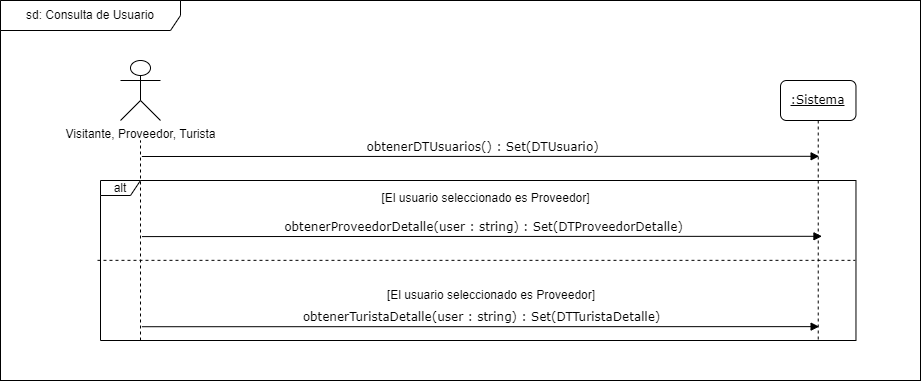
FacundoDiaz00/Taller-de-Programaci-n keeps this draw.io diagram as docs/Iteración 2/Análisis/DSS Servidor web/Consulta de Usuario.png. Above is the earlier version. Source tidied: cells renumbered, new cells last; positions are measured from the earlier drawing's top-left corner, leaving out a move shared by most shapes.
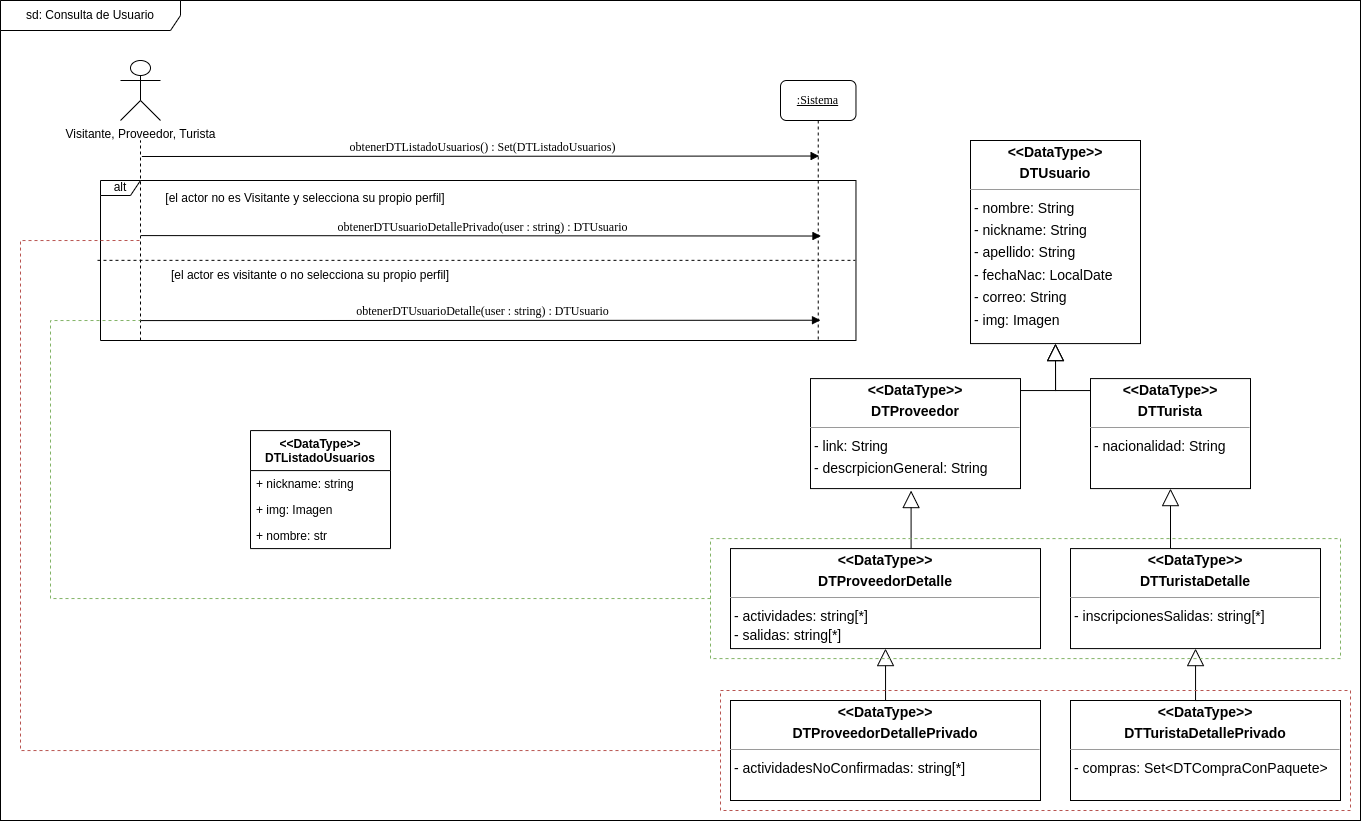
Later version of the same file.

Diff of the diagram source:
```diff
@@ -3,10 +3,10 @@
     <mxCell id="0" />
     <mxCell id="1" parent="0" />
     <mxCell id="2" style="rounded=0;whiteSpace=wrap;html=1;fontSize=12;" parent="1" vertex="1">
-      <mxGeometry width="920" height="380" as="geometry" />
+      <mxGeometry width="1360" height="820" as="geometry" />
     </mxCell>
     <mxCell id="3" value="sd:&amp;nbsp;Consulta de Usuario" style="shape=umlFrame;whiteSpace=wrap;html=1;width=180;height=30;" parent="1" vertex="1">
-      <mxGeometry width="920" height="380" as="geometry" />
+      <mxGeometry width="1360" height="820" as="geometry" />
     </mxCell>
     <mxCell id="4" value="alt" style="shape=umlFrame;whiteSpace=wrap;html=1;width=40;height=15;" parent="1" vertex="1">
       <mxGeometry x="100" y="180" width="755.5" height="160" as="geometry" />
@@ -23,32 +23,134 @@
     <mxCell id="7" value="&lt;u&gt;:Sistema&lt;/u&gt;" style="shape=umlLifeline;perimeter=lifelinePerimeter;whiteSpace=wrap;html=1;rounded=1;shadow=0;comic=0;labelBackgroundColor=none;strokeWidth=1;fontFamily=Verdana;fontSize=12;align=center;" parent="1" vertex="1">
       <mxGeometry x="780" y="80" width="75.5" height="260" as="geometry" />
     </mxCell>
-    <mxCell id="8" value="obtenerDTUsuarios() : Set(&lt;span style=&quot;font-family: verdana;&quot;&gt;DTUsuario&lt;/span&gt;)" style="html=1;verticalAlign=bottom;endArrow=block;labelBackgroundColor=none;fontFamily=Verdana;fontSize=12;edgeStyle=elbowEdgeStyle;elbow=vertical;" parent="1" edge="1">
+    <mxCell id="8" value="obtenerDTListadoUsuarios() : Set(&lt;span style=&quot;font-family: verdana;&quot;&gt;DTListadoUsuarios&lt;/span&gt;)" style="html=1;verticalAlign=bottom;endArrow=block;labelBackgroundColor=none;fontFamily=Verdana;fontSize=12;edgeStyle=elbowEdgeStyle;elbow=vertical;" parent="1" edge="1">
       <mxGeometry relative="1" as="geometry">
         <mxPoint x="141.4" y="156" as="sourcePoint" />
         <mxPoint x="818.6" y="156" as="targetPoint" />
       </mxGeometry>
     </mxCell>
-    <mxCell id="9" value="obtenerProveedorDetalle(user : string) : Set(&lt;span style=&quot;font-family: verdana;&quot;&gt;DTProveedorDetalle&lt;/span&gt;)" style="html=1;verticalAlign=bottom;endArrow=block;labelBackgroundColor=none;fontFamily=Verdana;fontSize=12;edgeStyle=elbowEdgeStyle;elbow=vertical;" parent="1" edge="1">
+    <mxCell id="9" value="obtenerDTUsuarioDetallePrivado(user : string) : DTUsuario" style="html=1;verticalAlign=bottom;endArrow=block;labelBackgroundColor=none;fontFamily=Verdana;fontSize=12;edgeStyle=elbowEdgeStyle;elbow=vertical;" parent="1" edge="1">
       <mxGeometry relative="1" as="geometry">
-        <mxPoint x="141.5" y="236.1" as="sourcePoint" />
-        <mxPoint x="821.5" y="236.1" as="targetPoint" />
+        <mxPoint x="140.5" y="235.1" as="sourcePoint" />
+        <mxPoint x="820.5" y="235.1" as="targetPoint" />
       </mxGeometry>
     </mxCell>
-    <mxCell id="10" value="obtenerTuristaDetalle(user : string) : Set(&lt;span style=&quot;font-family: verdana;&quot;&gt;DTTuristaDetalle&lt;/span&gt;)" style="html=1;verticalAlign=bottom;endArrow=block;labelBackgroundColor=none;fontFamily=Verdana;fontSize=12;edgeStyle=elbowEdgeStyle;elbow=vertical;" parent="1" edge="1">
-      <mxGeometry relative="1" as="geometry">
-        <mxPoint x="141.4" y="326.2" as="sourcePoint" />
-        <mxPoint x="818.6" y="326.2" as="targetPoint" />
-      </mxGeometry>
-    </mxCell>
-    <mxCell id="11" value="[El usuario seleccionado es Proveedor]" style="text;html=1;strokeColor=none;fillColor=none;align=center;verticalAlign=middle;whiteSpace=wrap;rounded=0;" parent="1" vertex="1">
-      <mxGeometry x="116.5" y="183.1" width="739" height="30" as="geometry" />
+    <mxCell id="11" value="[el actor no es Visitante y selecciona su propio perfil]" style="text;html=1;strokeColor=none;fillColor=none;align=center;verticalAlign=middle;whiteSpace=wrap;rounded=0;" parent="1" vertex="1">
+      <mxGeometry x="140" y="183.1" width="330" height="30" as="geometry" />
     </mxCell>
-    <mxCell id="12" value="[El usuario seleccionado es Proveedor]" style="text;html=1;strokeColor=none;fillColor=none;align=center;verticalAlign=middle;whiteSpace=wrap;rounded=0;" parent="1" vertex="1">
-      <mxGeometry x="120" y="280" width="742" height="30" as="geometry" />
+    <mxCell id="12" value="[el actor es visitante o no selecciona su propio perfil]" style="text;html=1;strokeColor=none;fillColor=none;align=center;verticalAlign=middle;whiteSpace=wrap;rounded=0;" parent="1" vertex="1">
+      <mxGeometry x="150" y="260" width="320" height="30" as="geometry" />
     </mxCell>
     <mxCell id="13" style="endArrow=none;dashed=1;html=1;exitX=-0.004;exitY=0.499;exitDx=0;exitDy=0;exitPerimeter=0;entryX=0.999;entryY=0.499;entryDx=0;entryDy=0;entryPerimeter=0;" parent="1" edge="1" source="4" target="4">
       <mxGeometry relative="1" as="geometry" />
     </mxCell>
+    <mxCell id="14" value="&lt;&lt;DataType&gt;&gt;&#10;DTListadoUsuarios" style="swimlane;fontStyle=1;horizontal=1;startSize=40;fillColor=none;" parent="1" vertex="1">
+      <mxGeometry x="250" y="430.1" width="140" height="118" as="geometry" />
+    </mxCell>
+    <mxCell id="15" value="+ nickname: string" style="text;strokeColor=none;fillColor=none;align=left;verticalAlign=top;spacingLeft=4;spacingRight=4;overflow=hidden;" parent="14" vertex="1">
+      <mxGeometry y="40" width="140" height="26" as="geometry" />
+    </mxCell>
+    <mxCell id="16" value="+ img: Imagen" style="text;strokeColor=none;fillColor=none;align=left;verticalAlign=top;spacingLeft=4;spacingRight=4;overflow=hidden;" parent="14" vertex="1">
+      <mxGeometry y="66" width="140" height="26" as="geometry" />
+    </mxCell>
+    <mxCell id="17" value="+ nombre: str" style="text;strokeColor=none;fillColor=none;align=left;verticalAlign=top;spacingLeft=4;spacingRight=4;overflow=hidden;" parent="14" vertex="1">
+      <mxGeometry y="92" width="140" height="26" as="geometry" />
+    </mxCell>
+    <mxCell id="18" value="obtenerDTUsuarioDetalle(user : string) : DTUsuario" style="html=1;verticalAlign=bottom;endArrow=block;labelBackgroundColor=none;fontFamily=Verdana;fontSize=12;edgeStyle=elbowEdgeStyle;elbow=vertical;" parent="1" edge="1">
+      <mxGeometry relative="1" as="geometry">
+        <mxPoint x="140" y="320.1" as="sourcePoint" />
+        <mxPoint x="820" y="320.1" as="targetPoint" />
+      </mxGeometry>
+    </mxCell>
+    <mxCell id="19" style="edgeStyle=orthogonalEdgeStyle;rounded=0;jumpStyle=arc;jumpSize=15;jettySize=auto;html=1;entryX=0.5;entryY=1;entryDx=0;entryDy=0;endArrow=block;endFill=0;startSize=15;endSize=15;" parent="1" edge="1" source="20" target="27">
+      <mxGeometry relative="1" as="geometry">
+        <Array as="points">
+          <mxPoint x="1055" y="390" />
+        </Array>
+      </mxGeometry>
+    </mxCell>
+    <mxCell id="20" value="&lt;p style=&quot;margin:0px;margin-top:4px;text-align:center;&quot;&gt;&lt;b&gt;&amp;lt;&amp;lt;DataType&amp;gt;&amp;gt;&lt;/b&gt;&lt;b&gt;&lt;br&gt;&lt;/b&gt;&lt;/p&gt;&lt;p style=&quot;margin:0px;margin-top:4px;text-align:center;&quot;&gt;&lt;b&gt;DTProveedor&lt;/b&gt;&lt;/p&gt;&lt;hr size=&quot;1&quot;&gt;&lt;p style=&quot;margin:0 0 0 4px;line-height:1.6;&quot;&gt;&lt;span style=&quot;background-color: initial;&quot;&gt;- link: String&lt;/span&gt;&lt;br&gt;&lt;/p&gt;&lt;p style=&quot;margin:0 0 0 4px;line-height:1.6;&quot;&gt;- descrpicionGeneral: String&lt;/p&gt;" style="verticalAlign=top;align=left;overflow=fill;fontSize=14;fontFamily=Helvetica;html=1;rounded=0;shadow=0;comic=0;labelBackgroundColor=none;strokeWidth=1;" parent="1" vertex="1">
+      <mxGeometry x="810" y="378.1" width="210" height="110" as="geometry" />
+    </mxCell>
+    <mxCell id="21" style="edgeStyle=orthogonalEdgeStyle;rounded=0;jumpStyle=arc;jumpSize=15;jettySize=auto;html=1;entryX=0.479;entryY=1.018;entryDx=0;entryDy=0;entryPerimeter=0;endArrow=block;endFill=0;startSize=15;endSize=15;" parent="1" edge="1" source="22" target="20">
+      <mxGeometry relative="1" as="geometry">
+        <Array as="points">
+          <mxPoint x="972" y="638.1" />
+          <mxPoint x="972" y="638.1" />
+        </Array>
+      </mxGeometry>
+    </mxCell>
+    <mxCell id="22" value="&lt;p style=&quot;margin:0px;margin-top:4px;text-align:center;&quot;&gt;&lt;b&gt;&amp;lt;&amp;lt;DataType&amp;gt;&amp;gt;&lt;/b&gt;&lt;b&gt;&lt;br&gt;&lt;/b&gt;&lt;/p&gt;&lt;p style=&quot;margin:0px;margin-top:4px;text-align:center;&quot;&gt;&lt;b&gt;DTProveedorDetalle&lt;/b&gt;&lt;/p&gt;&lt;hr size=&quot;1&quot;&gt;&lt;p style=&quot;margin:0 0 0 4px;line-height:1.6;&quot;&gt;&lt;span style=&quot;background-color: initial;&quot;&gt;- actividades: string[*]&lt;/span&gt;&lt;br&gt;&lt;/p&gt;&amp;nbsp;- salidas: string[*]" style="verticalAlign=top;align=left;overflow=fill;fontSize=14;fontFamily=Helvetica;html=1;rounded=0;shadow=0;comic=0;labelBackgroundColor=none;strokeWidth=1;" parent="1" vertex="1">
+      <mxGeometry x="730" y="548.1" width="310" height="100" as="geometry" />
+    </mxCell>
+    <mxCell id="23" style="edgeStyle=orthogonalEdgeStyle;rounded=0;jettySize=auto;html=1;entryX=0.5;entryY=1;entryDx=0;entryDy=0;endArrow=block;endFill=0;jumpStyle=arc;jumpSize=15;endSize=15;startSize=15;" parent="1" edge="1" source="24" target="27">
+      <mxGeometry relative="1" as="geometry">
+        <Array as="points">
+          <mxPoint x="1055" y="390" />
+        </Array>
+      </mxGeometry>
+    </mxCell>
+    <mxCell id="24" value="&lt;p style=&quot;margin:0px;margin-top:4px;text-align:center;&quot;&gt;&lt;b&gt;&amp;lt;&amp;lt;DataType&amp;gt;&amp;gt;&lt;/b&gt;&lt;b&gt;&lt;br&gt;&lt;/b&gt;&lt;/p&gt;&lt;p style=&quot;margin:0px;margin-top:4px;text-align:center;&quot;&gt;&lt;b&gt;DTTurista&lt;/b&gt;&lt;/p&gt;&lt;hr size=&quot;1&quot;&gt;&lt;p style=&quot;margin:0 0 0 4px;line-height:1.6;&quot;&gt;&lt;span style=&quot;background-color: initial;&quot;&gt;- nacionalidad: String&lt;/span&gt;&lt;br&gt;&lt;/p&gt;" style="verticalAlign=top;align=left;overflow=fill;fontSize=14;fontFamily=Helvetica;html=1;rounded=0;shadow=0;comic=0;labelBackgroundColor=none;strokeWidth=1;" parent="1" vertex="1">
+      <mxGeometry x="1090" y="378.1" width="160" height="110" as="geometry" />
+    </mxCell>
+    <mxCell id="25" style="edgeStyle=orthogonalEdgeStyle;rounded=0;jumpStyle=arc;jumpSize=15;jettySize=auto;html=1;endArrow=block;endFill=0;startSize=15;endSize=15;" parent="1" edge="1" source="26" target="24">
+      <mxGeometry relative="1" as="geometry">
+        <Array as="points">
+          <mxPoint x="1170" y="530" />
+          <mxPoint x="1170" y="530" />
+        </Array>
+      </mxGeometry>
+    </mxCell>
+    <mxCell id="26" value="&lt;p style=&quot;margin:0px;margin-top:4px;text-align:center;&quot;&gt;&lt;b&gt;&amp;lt;&amp;lt;DataType&amp;gt;&amp;gt;&lt;/b&gt;&lt;b&gt;&lt;br&gt;&lt;/b&gt;&lt;/p&gt;&lt;p style=&quot;margin:0px;margin-top:4px;text-align:center;&quot;&gt;&lt;b&gt;DTTuristaDetalle&lt;/b&gt;&lt;/p&gt;&lt;hr size=&quot;1&quot;&gt;&lt;p style=&quot;margin:0 0 0 4px;line-height:1.6;&quot;&gt;&lt;span style=&quot;background-color: initial;&quot;&gt;- inscripcionesSalidas: string[*]&lt;/span&gt;&lt;br&gt;&lt;/p&gt;" style="verticalAlign=top;align=left;overflow=fill;fontSize=14;fontFamily=Helvetica;html=1;rounded=0;shadow=0;comic=0;labelBackgroundColor=none;strokeWidth=1;" parent="1" vertex="1">
+      <mxGeometry x="1070" y="548.1" width="250" height="100" as="geometry" />
+    </mxCell>
+    <mxCell id="27" value="&lt;p style=&quot;margin:0px;margin-top:4px;text-align:center;&quot;&gt;&lt;b&gt;&amp;lt;&amp;lt;DataType&amp;gt;&amp;gt;&lt;/b&gt;&lt;b&gt;&lt;br&gt;&lt;/b&gt;&lt;/p&gt;&lt;p style=&quot;margin:0px;margin-top:4px;text-align:center;&quot;&gt;&lt;b&gt;DTUsuario&lt;/b&gt;&lt;/p&gt;&lt;hr size=&quot;1&quot;&gt;&lt;p style=&quot;margin:0 0 0 4px;line-height:1.6;&quot;&gt;&lt;span style=&quot;background-color: initial;&quot;&gt;- nombre: String&lt;/span&gt;&lt;/p&gt;&lt;p style=&quot;margin:0 0 0 4px;line-height:1.6;&quot;&gt;- nickname: String&lt;br&gt;- apellido: String&lt;br&gt;- fechaNac: LocalDate&lt;br&gt;- correo: String&lt;/p&gt;&lt;p style=&quot;margin:0 0 0 4px;line-height:1.6;&quot;&gt;- img: Imagen&lt;/p&gt;" style="verticalAlign=top;align=left;overflow=fill;fontSize=14;fontFamily=Helvetica;html=1;rounded=0;shadow=0;comic=0;labelBackgroundColor=none;strokeWidth=1;" parent="1" vertex="1">
+      <mxGeometry x="970" y="140" width="170" height="203.1" as="geometry" />
+    </mxCell>
+    <mxCell id="28" value="&lt;p style=&quot;margin:0px;margin-top:4px;text-align:center;&quot;&gt;&lt;b&gt;&amp;lt;&amp;lt;DataType&amp;gt;&amp;gt;&lt;/b&gt;&lt;b&gt;&lt;br&gt;&lt;/b&gt;&lt;/p&gt;&lt;p style=&quot;margin:0px;margin-top:4px;text-align:center;&quot;&gt;&lt;b&gt;DTProveedorDetallePrivado&lt;/b&gt;&lt;/p&gt;&lt;hr size=&quot;1&quot;&gt;&lt;p style=&quot;margin:0 0 0 4px;line-height:1.6;&quot;&gt;&lt;span style=&quot;background-color: initial;&quot;&gt;- actividadesNoConfirmadas: string[*]&lt;/span&gt;&lt;br&gt;&lt;/p&gt;" style="verticalAlign=top;align=left;overflow=fill;fontSize=14;fontFamily=Helvetica;html=1;rounded=0;shadow=0;comic=0;labelBackgroundColor=none;strokeWidth=1;" parent="1" vertex="1">
+      <mxGeometry x="730" y="700" width="310" height="100" as="geometry" />
+    </mxCell>
+    <mxCell id="29" value="&lt;p style=&quot;margin:0px;margin-top:4px;text-align:center;&quot;&gt;&lt;b&gt;&amp;lt;&amp;lt;DataType&amp;gt;&amp;gt;&lt;/b&gt;&lt;b&gt;&lt;br&gt;&lt;/b&gt;&lt;/p&gt;&lt;p style=&quot;margin:0px;margin-top:4px;text-align:center;&quot;&gt;&lt;b&gt;DTTuristaDetallePrivado&lt;/b&gt;&lt;/p&gt;&lt;hr size=&quot;1&quot;&gt;&lt;p style=&quot;margin:0 0 0 4px;line-height:1.6;&quot;&gt;&lt;span style=&quot;background-color: initial;&quot;&gt;- compras: Set&amp;lt;DTCompraConPaquete&amp;gt;&lt;/span&gt;&lt;br&gt;&lt;/p&gt;" style="verticalAlign=top;align=left;overflow=fill;fontSize=14;fontFamily=Helvetica;html=1;rounded=0;shadow=0;comic=0;labelBackgroundColor=none;strokeWidth=1;" parent="1" vertex="1">
+      <mxGeometry x="1070" y="700" width="270" height="100" as="geometry" />
+    </mxCell>
+    <mxCell id="30" style="edgeStyle=orthogonalEdgeStyle;rounded=0;jumpStyle=arc;jumpSize=15;jettySize=auto;html=1;entryX=0.5;entryY=1;entryDx=0;entryDy=0;endArrow=block;endFill=0;startSize=15;endSize=15;" parent="1" edge="1" source="28" target="22">
+      <mxGeometry relative="1" as="geometry">
+        <Array as="points">
+          <mxPoint x="885" y="670" />
+          <mxPoint x="885" y="670" />
+        </Array>
+      </mxGeometry>
+    </mxCell>
+    <mxCell id="31" style="edgeStyle=orthogonalEdgeStyle;rounded=0;jumpStyle=arc;jumpSize=15;jettySize=auto;html=1;endArrow=block;endFill=0;startSize=15;endSize=15;exitX=0.5;exitY=0;exitDx=0;exitDy=0;" parent="1" edge="1" source="29" target="26">
+      <mxGeometry relative="1" as="geometry">
+        <Array as="points">
+          <mxPoint x="1195" y="700" />
+        </Array>
+      </mxGeometry>
+    </mxCell>
+    <mxCell id="32" style="edgeStyle=orthogonalEdgeStyle;rounded=0;jettySize=auto;html=1;endArrow=none;endFill=0;fillColor=#f8cecc;strokeColor=#b85450;dashed=1;" parent="1" edge="1" source="33">
+      <mxGeometry relative="1" as="geometry">
+        <mxPoint x="140" y="240" as="targetPoint" />
+        <Array as="points">
+          <mxPoint x="20" y="750" />
+          <mxPoint x="20" y="240" />
+        </Array>
+      </mxGeometry>
+    </mxCell>
+    <mxCell id="33" style="rounded=0;whiteSpace=wrap;html=1;fillColor=none;dashed=1;strokeColor=#b85450;" parent="1" vertex="1">
+      <mxGeometry x="720" y="690" width="630" height="120" as="geometry" />
+    </mxCell>
+    <mxCell id="34" style="edgeStyle=orthogonalEdgeStyle;rounded=0;jettySize=auto;html=1;dashed=1;endArrow=none;endFill=0;fillColor=#d5e8d4;strokeColor=#82b366;" parent="1" edge="1" source="35">
+      <mxGeometry relative="1" as="geometry">
+        <mxPoint x="140" y="320" as="targetPoint" />
+        <Array as="points">
+          <mxPoint x="50" y="598" />
+          <mxPoint x="50" y="320" />
+        </Array>
+      </mxGeometry>
+    </mxCell>
+    <mxCell id="35" style="rounded=0;whiteSpace=wrap;html=1;fillColor=none;dashed=1;strokeColor=#82b366;" parent="1" vertex="1">
+      <mxGeometry x="710" y="538.1" width="630" height="120" as="geometry" />
+    </mxCell>
   </root>
 </mxGraphModel>
```
